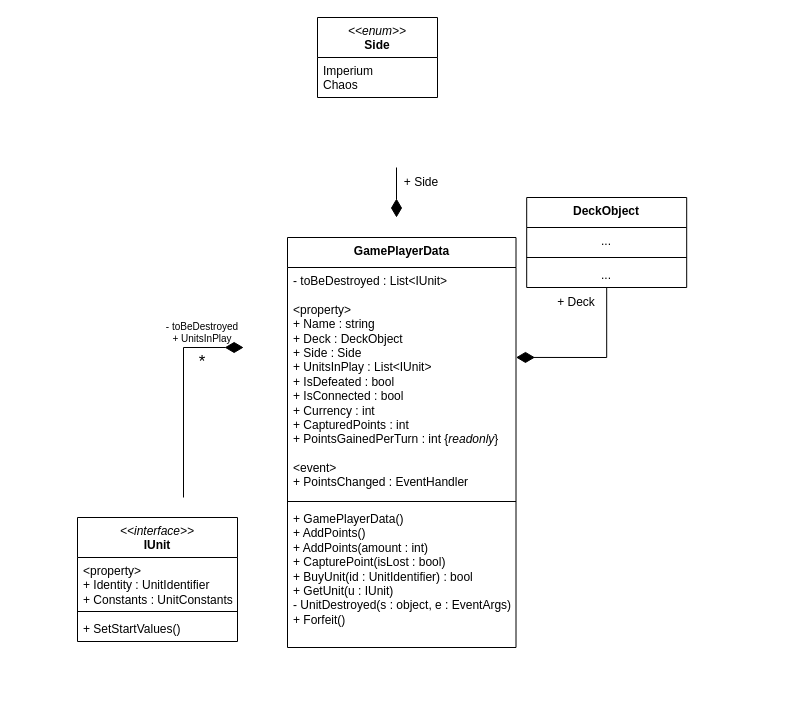
This is page "Model_GamePlayerData" (14 of 14) of Documents/Diagram/Thesis.drawio from GrG0312/Szakdolgozat, a draw.io file, before an edit. Source tidied: cells renumbered, new cells numbered last; positions are measured from the earlier drawing's top-left corner, leaving out a move shared by most shapes. Both pictures are drawn from the tidied source at 100%, with x=0, y=0 at pixel (77, 17).
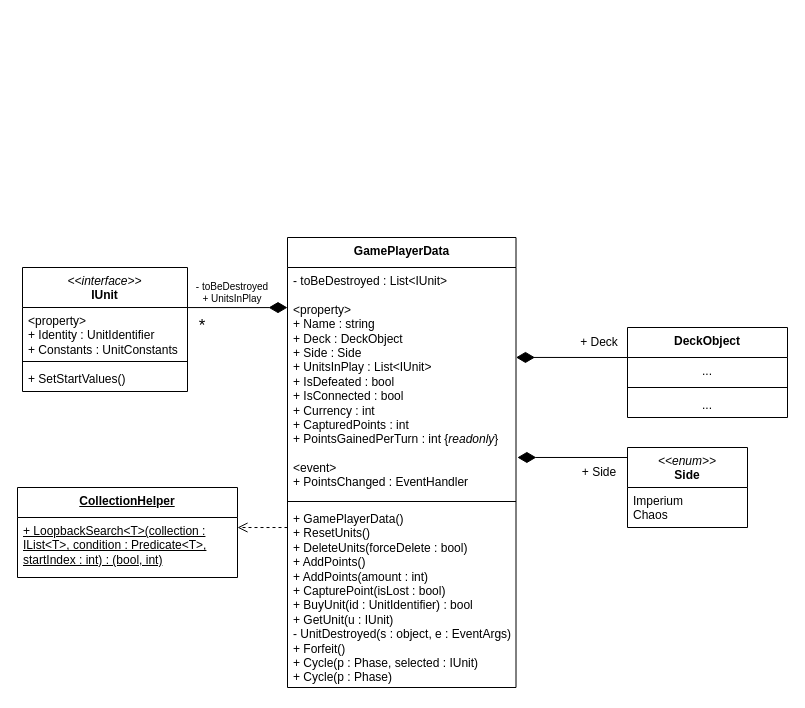
Above is the later version.

The change refers to these unchanged cells:
```xml
<mxCell id="3" value="- toBeDestroyed : List&amp;lt;IUnit&amp;gt;&lt;div&gt;&lt;br&gt;&lt;/div&gt;&lt;div&gt;&amp;lt;property&amp;gt;&lt;/div&gt;&lt;div&gt;+ Name : string&lt;/div&gt;&lt;div&gt;+ Deck : DeckObject&lt;/div&gt;&lt;div&gt;+ Side : Side&lt;/div&gt;&lt;div&gt;+ UnitsInPlay : List&amp;lt;IUnit&amp;gt;&lt;/div&gt;&lt;div&gt;+ IsDefeated : bool&lt;/div&gt;&lt;div&gt;+ IsConnected : bool&lt;/div&gt;&lt;div&gt;+ Currency : int&lt;/div&gt;&lt;div&gt;+ CapturedPoints : int&lt;/div&gt;&lt;div&gt;+ PointsGainedPerTurn : int {&lt;i&gt;readonly&lt;/i&gt;}&lt;/div&gt;&lt;div&gt;&lt;br&gt;&lt;/div&gt;&lt;div&gt;&amp;lt;event&amp;gt;&lt;/div&gt;&lt;div&gt;+ PointsChanged : EventHandler&lt;/div&gt;" style="text;strokeColor=none;fillColor=none;align=left;verticalAlign=top;spacingLeft=4;spacingRight=4;overflow=hidden;points=[[0,0.5],[1,0.5]];portConstraint=eastwest;whiteSpace=wrap;html=1;labelBackgroundColor=none;" parent="2" vertex="1">
  <mxGeometry y="30" width="228.5" height="230" as="geometry" />
</mxCell>
<mxCell id="7" value="..." style="text;strokeColor=none;fillColor=none;align=center;verticalAlign=top;spacingLeft=4;spacingRight=4;overflow=hidden;points=[[0,0.5],[1,0.5]];portConstraint=eastwest;whiteSpace=wrap;html=1;labelBackgroundColor=none;" parent="6" vertex="1">
  <mxGeometry y="30" width="160" height="26" as="geometry" />
</mxCell>
<mxCell id="9" value="..." style="text;strokeColor=none;fillColor=none;align=center;verticalAlign=top;spacingLeft=4;spacingRight=4;overflow=hidden;points=[[0,0.5],[1,0.5]];portConstraint=eastwest;whiteSpace=wrap;html=1;labelBackgroundColor=none;" parent="6" vertex="1">
  <mxGeometry y="64" width="160" height="26" as="geometry" />
</mxCell>
```

The edit, as a diff of the source:
```diff
@@
     <mxCell id="2" value="&lt;div&gt;&lt;span style=&quot;background-color: initial;&quot;&gt;GamePlayerData&lt;/span&gt;&lt;br&gt;&lt;/div&gt;" style="swimlane;fontStyle=1;align=center;verticalAlign=top;horizontal=1;startSize=30;whiteSpace=wrap;html=1;labelBackgroundColor=none;" parent="1" vertex="1">
-      <mxGeometry x="210" y="220" width="228.5" height="410" as="geometry" />
+      <mxGeometry x="210" y="220" width="228.5" height="450" as="geometry" />
     </mxCell>
@@
-    <mxCell id="5" value="+ GamePlayerData()&lt;div&gt;+ AddPoints()&lt;/div&gt;&lt;div&gt;+ AddPoints(amount : int)&lt;/div&gt;&lt;div&gt;+ CapturePoint(isLost : bool)&lt;/div&gt;&lt;div&gt;+ BuyUnit(id : UnitIdentifier) : bool&lt;/div&gt;&lt;div&gt;+ GetUnit(u : IUnit)&lt;/div&gt;&lt;div&gt;- UnitDestroyed(s : object, e : EventArgs)&lt;/div&gt;&lt;div&gt;+ Forfeit()&lt;/div&gt;" style="text;strokeColor=none;fillColor=none;align=left;verticalAlign=top;spacingLeft=4;spacingRight=4;overflow=hidden;points=[[0,0.5],[1,0.5]];portConstraint=eastwest;whiteSpace=wrap;html=1;labelBackgroundColor=none;" parent="2" vertex="1">
-      <mxGeometry y="268" width="228.5" height="142" as="geometry" />
+    <mxCell id="5" value="+ GamePlayerData()&lt;div&gt;+ ResetUnits()&lt;/div&gt;&lt;div&gt;+ DeleteUnits(forceDelete : bool)&lt;br&gt;&lt;div&gt;+ AddPoints()&lt;/div&gt;&lt;div&gt;+ AddPoints(amount : int)&lt;/div&gt;&lt;div&gt;+ CapturePoint(isLost : bool)&lt;/div&gt;&lt;div&gt;+ BuyUnit(id : UnitIdentifier) : bool&lt;/div&gt;&lt;div&gt;+ GetUnit(u : IUnit)&lt;/div&gt;&lt;div&gt;- UnitDestroyed(s : object, e : EventArgs)&lt;/div&gt;&lt;div&gt;+ Forfeit()&lt;/div&gt;&lt;div&gt;+ Cycle(p : Phase, selected : IUnit)&lt;/div&gt;&lt;div&gt;+ Cycle(p : Phase)&lt;/div&gt;&lt;/div&gt;" style="text;strokeColor=none;fillColor=none;align=left;verticalAlign=top;spacingLeft=4;spacingRight=4;overflow=hidden;points=[[0,0.5],[1,0.5]];portConstraint=eastwest;whiteSpace=wrap;html=1;labelBackgroundColor=none;" parent="2" vertex="1">
+      <mxGeometry y="268" width="228.5" height="182" as="geometry" />
     </mxCell>
     <mxCell id="6" value="&lt;div&gt;&lt;span style=&quot;background-color: initial;&quot;&gt;DeckObject&lt;/span&gt;&lt;br&gt;&lt;/div&gt;" style="swimlane;fontStyle=1;align=center;verticalAlign=top;horizontal=1;startSize=30;whiteSpace=wrap;html=1;labelBackgroundColor=none;" parent="1" vertex="1">
-      <mxGeometry x="449.2" y="180" width="160" height="90" as="geometry" />
+      <mxGeometry x="550" y="310" width="160" height="90" as="geometry" />
     </mxCell>
@@
-    <mxCell id="10" style="endArrow=diamondThin;html=1;rounded=0;endFill=1;endSize=16;exitX=0.5;exitY=1;exitDx=0;exitDy=0;exitPerimeter=0;entryX=1;entryY=0.391;entryDx=0;entryDy=0;entryPerimeter=0;" parent="1" edge="1" source="9" target="3">
-      <mxGeometry relative="1" as="geometry">
-        <Array as="points">
-          <mxPoint x="529.2" y="340" />
-        </Array>
-      </mxGeometry>
+    <mxCell id="10" style="endArrow=diamondThin;html=1;rounded=0;endFill=1;endSize=16;entryX=1;entryY=0.391;entryDx=0;entryDy=0;entryPerimeter=0;exitX=0;exitY=0;exitDx=0;exitDy=0;exitPerimeter=0;" parent="1" edge="1" source="7" target="3">
+      <mxGeometry relative="1" as="geometry" />
     </mxCell>
     <mxCell id="11" value="+ Deck" style="text;html=1;align=center;verticalAlign=middle;whiteSpace=wrap;rounded=0;" parent="1" vertex="1">
-      <mxGeometry x="459.2" y="270" width="80" height="30" as="geometry" />
+      <mxGeometry x="492" y="310" width="60" height="30" as="geometry" />
     </mxCell>
     <mxCell id="12" value="&lt;div&gt;&lt;span style=&quot;font-weight: normal;&quot;&gt;&lt;i&gt;&amp;lt;&amp;lt;interface&amp;gt;&amp;gt;&lt;/i&gt;&lt;/span&gt;&lt;/div&gt;IUnit" style="swimlane;fontStyle=1;align=center;verticalAlign=top;horizontal=1;startSize=40;whiteSpace=wrap;html=1;labelBackgroundColor=none;" parent="1" vertex="1">
-      <mxGeometry y="500" width="160" height="124" as="geometry" />
+      <mxGeometry x="-55" y="250" width="165" height="124" as="geometry" />
     </mxCell>
     <mxCell id="13" value="&amp;lt;property&amp;gt;&lt;div&gt;+ Identity : UnitIdentifier&lt;/div&gt;&lt;div&gt;+ Constants : UnitConstants&lt;/div&gt;" style="text;strokeColor=none;fillColor=none;align=left;verticalAlign=top;spacingLeft=4;spacingRight=4;overflow=hidden;points=[[0,0.5],[1,0.5]];portConstraint=eastwest;whiteSpace=wrap;html=1;labelBackgroundColor=none;" parent="12" vertex="1">
-      <mxGeometry y="40" width="160" height="50" as="geometry" />
+      <mxGeometry y="40" width="165" height="50" as="geometry" />
     </mxCell>
     <mxCell id="14" style="line;strokeWidth=1;fillColor=none;align=left;verticalAlign=middle;spacingTop=-1;spacingLeft=3;spacingRight=3;labelPosition=right;labelBackgroundColor=none;" parent="12" vertex="1">
-      <mxGeometry y="90" width="160" height="8" as="geometry" />
+      <mxGeometry y="90" width="165" height="8" as="geometry" />
     </mxCell>
     <mxCell id="15" value="+ SetStartValues()" style="text;strokeColor=none;fillColor=none;align=left;verticalAlign=top;spacingLeft=4;spacingRight=4;overflow=hidden;whiteSpace=wrap;html=1;labelBackgroundColor=none;" parent="12" vertex="1">
-      <mxGeometry y="98" width="160" height="26" as="geometry" />
+      <mxGeometry y="98" width="165" height="26" as="geometry" />
     </mxCell>
-    <mxCell id="16" style="endArrow=diamondThin;html=1;rounded=0;endFill=1;endSize=16;exitX=0.813;exitY=0;exitDx=0;exitDy=0;exitPerimeter=0;entryX=-0.003;entryY=0.261;entryDx=0;entryDy=0;entryPerimeter=0;" parent="1" edge="1">
+    <mxCell id="16" style="endArrow=diamondThin;html=1;rounded=0;endFill=1;endSize=16;entryX=0;entryY=0.609;entryDx=0;entryDy=0;entryPerimeter=0;exitX=1;exitY=0.001;exitDx=0;exitDy=0;exitPerimeter=0;" parent="1" edge="1" source="13">
       <mxGeometry relative="1" as="geometry">
-        <mxPoint x="106" y="480" as="sourcePoint" />
-        <mxPoint x="166.1" y="330" as="targetPoint" />
-        <Array as="points">
-          <mxPoint x="106" y="330" />
-        </Array>
+        <mxPoint x="210" y="290.1" as="targetPoint" />
       </mxGeometry>
     </mxCell>
     <mxCell id="17" value="- toBeDestroyed&lt;div&gt;+ UnitsInPlay&lt;/div&gt;" style="text;html=1;align=center;verticalAlign=middle;whiteSpace=wrap;rounded=0;fontSize=10;" parent="1" vertex="1">
-      <mxGeometry x="80" y="300" width="90" height="30" as="geometry" />
+      <mxGeometry x="110" y="260" width="90" height="30" as="geometry" />
     </mxCell>
     <mxCell id="18" value="*" style="text;html=1;align=center;verticalAlign=middle;whiteSpace=wrap;rounded=0;fontSize=17;" parent="1" vertex="1">
-      <mxGeometry x="105" y="330" width="40" height="30" as="geometry" />
+      <mxGeometry x="110" y="297" width="30" height="23" as="geometry" />
     </mxCell>
-    <mxCell id="19" style="endArrow=diamondThin;html=1;rounded=0;endFill=1;endSize=16;entryX=0.347;entryY=0;entryDx=0;entryDy=0;entryPerimeter=0;exitX=0.5;exitY=1;exitDx=0;exitDy=0;exitPerimeter=0;" parent="1" edge="1">
-      <mxGeometry relative="1" as="geometry">
-        <mxPoint x="319" y="150" as="sourcePoint" />
-        <mxPoint x="319" y="200" as="targetPoint" />
-      </mxGeometry>
+    <mxCell id="19" style="endArrow=diamondThin;html=1;rounded=0;endFill=1;endSize=16;entryX=1.006;entryY=0.826;entryDx=0;entryDy=0;entryPerimeter=0;exitX=0;exitY=0.125;exitDx=0;exitDy=0;exitPerimeter=0;" parent="1" edge="1" source="21" target="3">
+      <mxGeometry relative="1" as="geometry" />
     </mxCell>
     <mxCell id="20" value="+ Side" style="text;html=1;align=center;verticalAlign=middle;whiteSpace=wrap;rounded=0;" parent="1" vertex="1">
-      <mxGeometry x="304" y="150" width="80" height="30" as="geometry" />
+      <mxGeometry x="494" y="440" width="56" height="30" as="geometry" />
     </mxCell>
     <mxCell id="21" value="&lt;div&gt;&lt;span style=&quot;font-weight: normal;&quot;&gt;&lt;i&gt;&amp;lt;&amp;lt;enum&amp;gt;&amp;gt;&lt;/i&gt;&lt;/span&gt;&lt;/div&gt;Side" style="swimlane;fontStyle=1;align=center;verticalAlign=top;horizontal=1;startSize=40;whiteSpace=wrap;html=1;rounded=0;labelBackgroundColor=none;" parent="1" vertex="1">
-      <mxGeometry x="240" width="120" height="80" as="geometry" />
+      <mxGeometry x="550" y="430" width="120" height="80" as="geometry" />
     </mxCell>
@@
+    <mxCell id="23" value="&lt;div&gt;&lt;span style=&quot;background-color: initial;&quot;&gt;&lt;u&gt;CollectionHelper&lt;/u&gt;&lt;/span&gt;&lt;br&gt;&lt;/div&gt;" style="swimlane;fontStyle=1;align=center;verticalAlign=top;horizontal=1;startSize=30;whiteSpace=wrap;html=1;rounded=0;labelBackgroundColor=none;" parent="1" vertex="1">
+      <mxGeometry x="-60" y="470" width="220" height="90" as="geometry" />
+    </mxCell>
+    <mxCell id="24" value="&lt;u&gt;+ LoopbackSearch&amp;lt;T&amp;gt;(collection : IList&amp;lt;T&amp;gt;, condition : Predicate&amp;lt;T&amp;gt;,&lt;/u&gt;&lt;div&gt;&lt;u&gt;startIndex : int) : (bool, int)&lt;/u&gt;&lt;/div&gt;" style="text;strokeColor=none;fillColor=none;align=left;verticalAlign=top;spacingLeft=4;spacingRight=4;overflow=hidden;points=[[0,0.5],[1,0.5]];portConstraint=eastwest;whiteSpace=wrap;html=1;rounded=0;labelBackgroundColor=none;" parent="23" vertex="1">
+      <mxGeometry y="30" width="220" height="60" as="geometry" />
+    </mxCell>
+    <mxCell id="25" style="endArrow=open;html=1;rounded=0;endFill=0;endSize=8;dashed=1;startSize=6;entryX=1;entryY=0.167;entryDx=0;entryDy=0;entryPerimeter=0;exitX=0;exitY=0.121;exitDx=0;exitDy=0;exitPerimeter=0;" parent="1" edge="1" source="5" target="24">
+      <mxGeometry relative="1" as="geometry" />
+    </mxCell>
```
